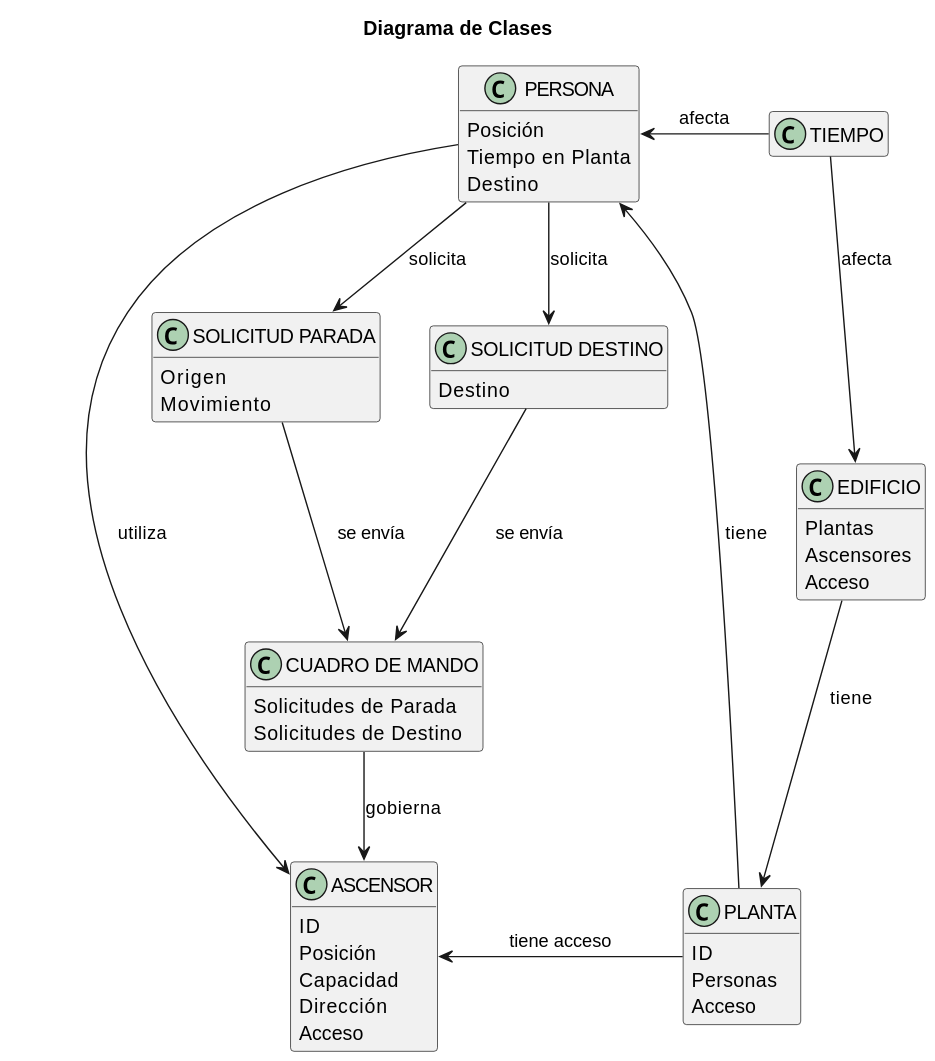
This is docs/Modelo_de_Dominio/Diagramas_de_Clases/Diagrama_de_Clases.svg from mmasias/23-24-IdSw2-SDD, a PlantUML export, as it was before one commit.
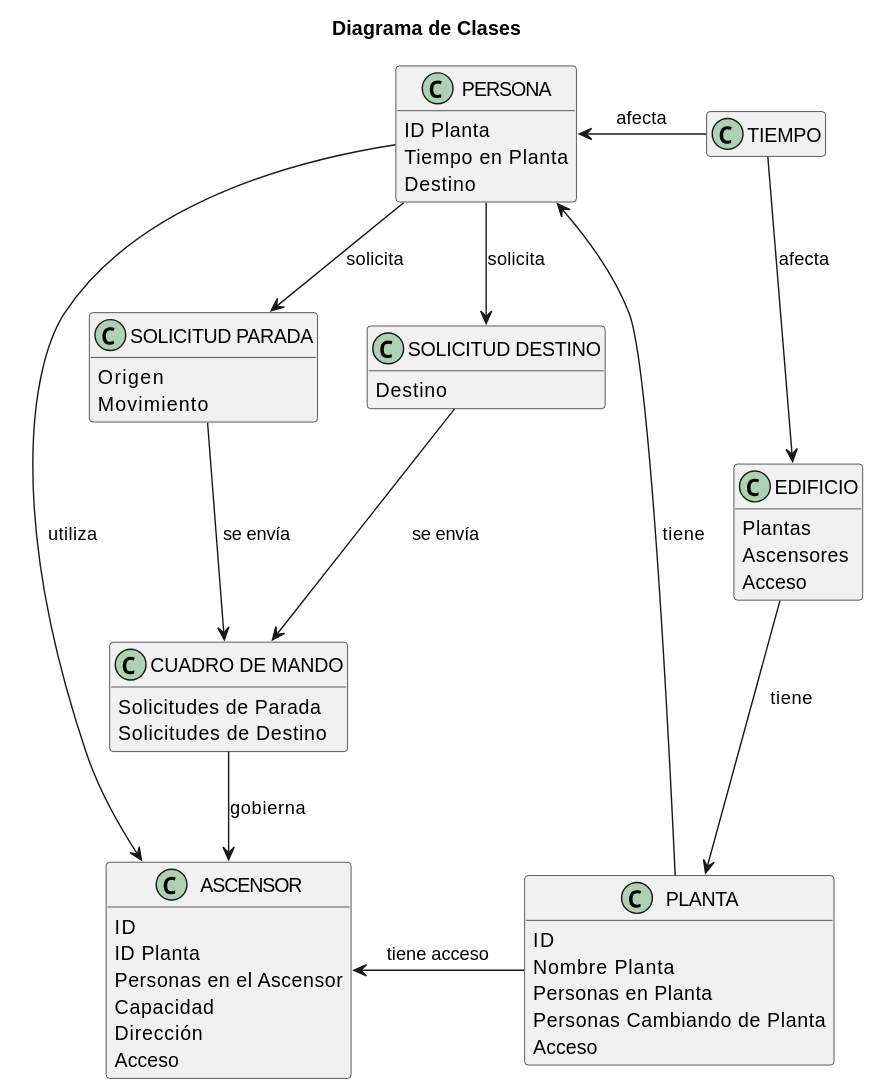
After the commit.

The edit, as a diff of the source:
```diff
@@ -11,7 +11,8 @@
 class ASCENSOR
 {
     ID
-    Posición
+    ID Planta
+    Personas en el Ascensor
     Capacidad
     Dirección
     Acceso
@@ -19,7 +20,7 @@
 
 class PERSONA
 {
-    Posición
+    ID Planta
     Tiempo en Planta
     Destino
 }
@@ -33,7 +34,9 @@
 class PLANTA
 {
     ID
-    Personas
+    Nombre Planta
+    Personas en Planta
+    Personas Cambiando de Planta
     Acceso
 }
 
```
